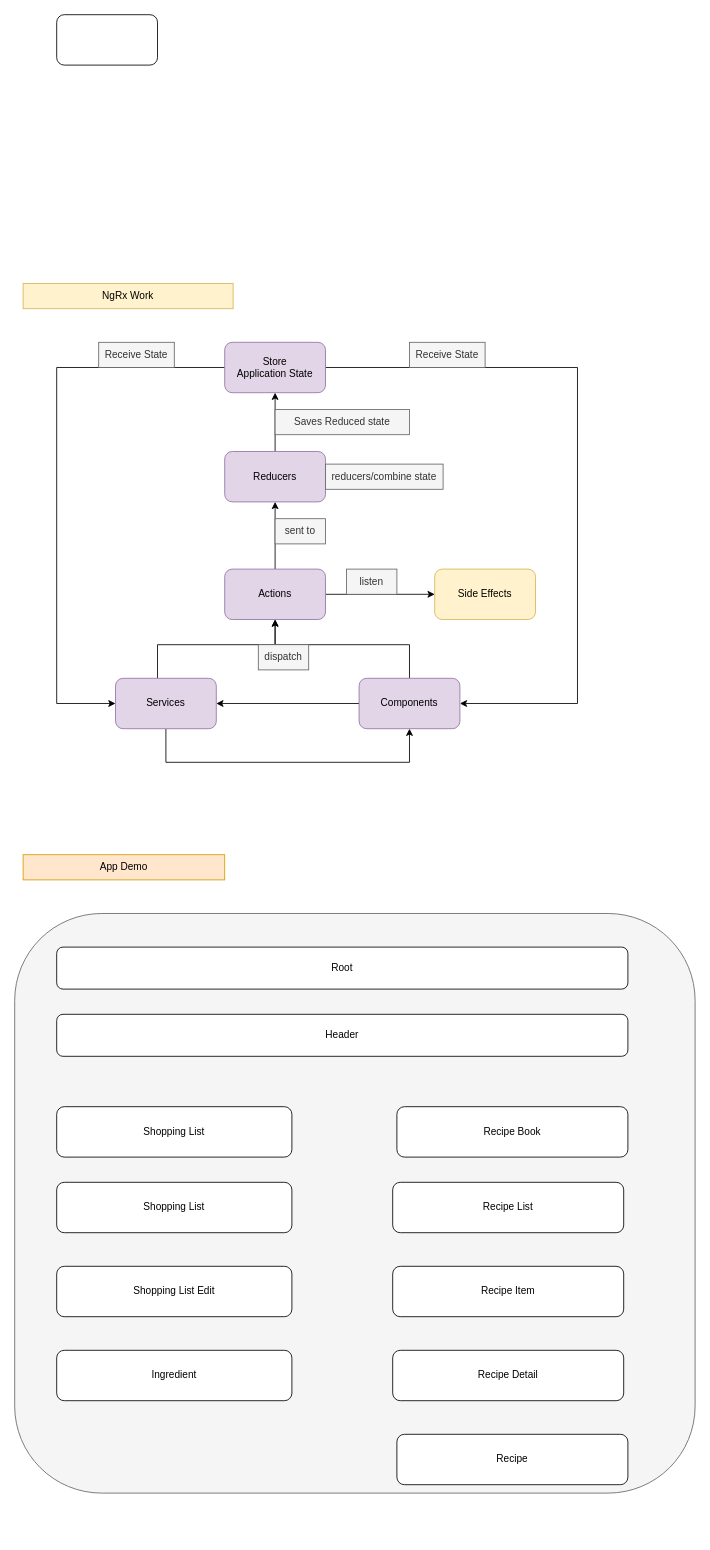
Earlier version of the draw.io diagram flowstate.drawio (blackcatcoder/angular). Source tidied: cells renumbered, new cells numbered last; positions are measured from the earlier drawing's top-left corner, leaving out a move shared by most shapes. Both pictures are drawn from the tidied source at 84%, with x=0, y=0 at pixel (14, 14).
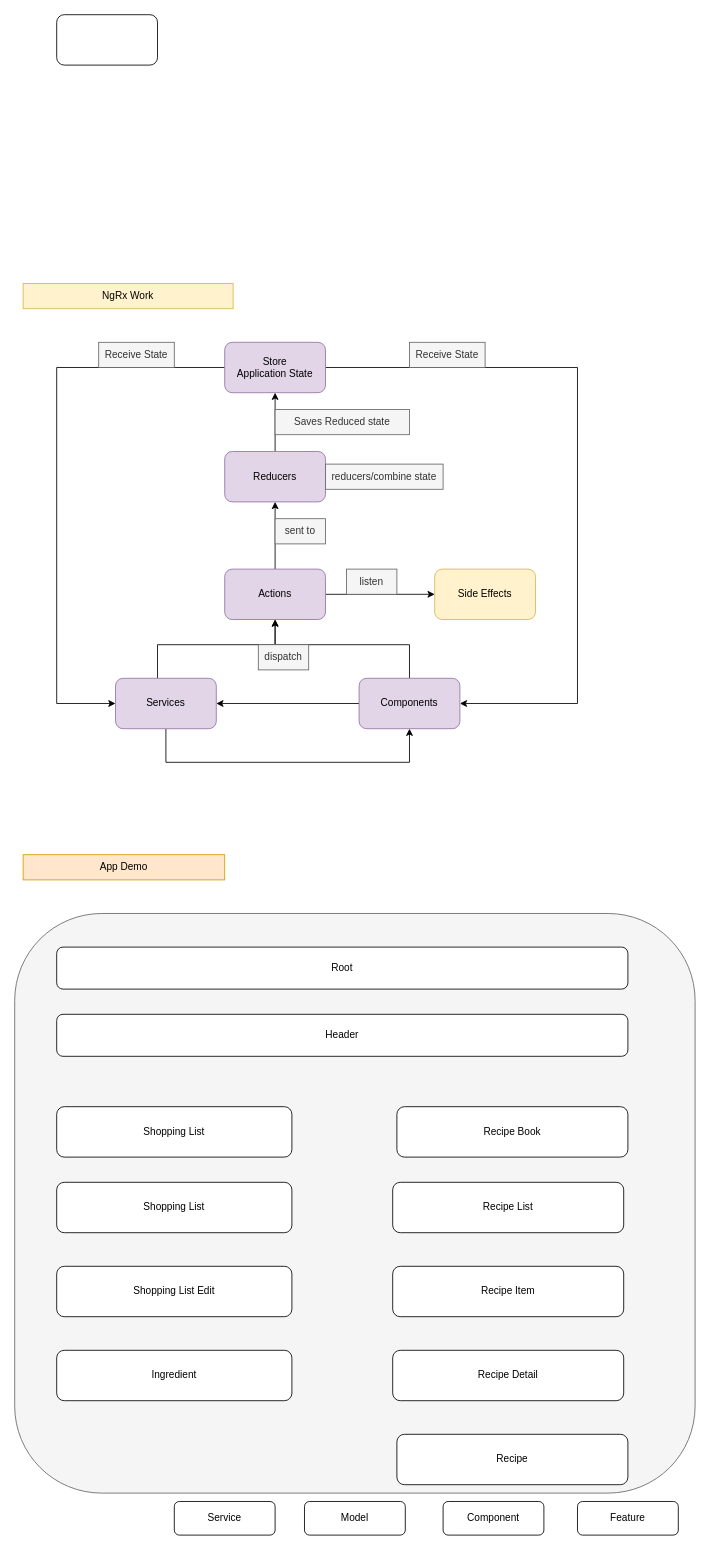
The same diagram, later.

Diff of the diagram source:
```diff
@@
+    <mxCell id="39" value="Feature" style="rounded=1;whiteSpace=wrap;html=1;" parent="1" vertex="1">
+      <mxGeometry x="670" y="1770" width="120" height="40" as="geometry" />
+    </mxCell>
+    <mxCell id="40" value="Component" style="rounded=1;whiteSpace=wrap;html=1;" parent="1" vertex="1">
+      <mxGeometry x="510" y="1770" width="120" height="40" as="geometry" />
+    </mxCell>
+    <mxCell id="41" value="Model" style="rounded=1;whiteSpace=wrap;html=1;" parent="1" vertex="1">
+      <mxGeometry x="345" y="1770" width="120" height="40" as="geometry" />
+    </mxCell>
+    <mxCell id="42" value="Service" style="rounded=1;whiteSpace=wrap;html=1;" parent="1" vertex="1">
+      <mxGeometry x="190" y="1770" width="120" height="40" as="geometry" />
+    </mxCell>
```
